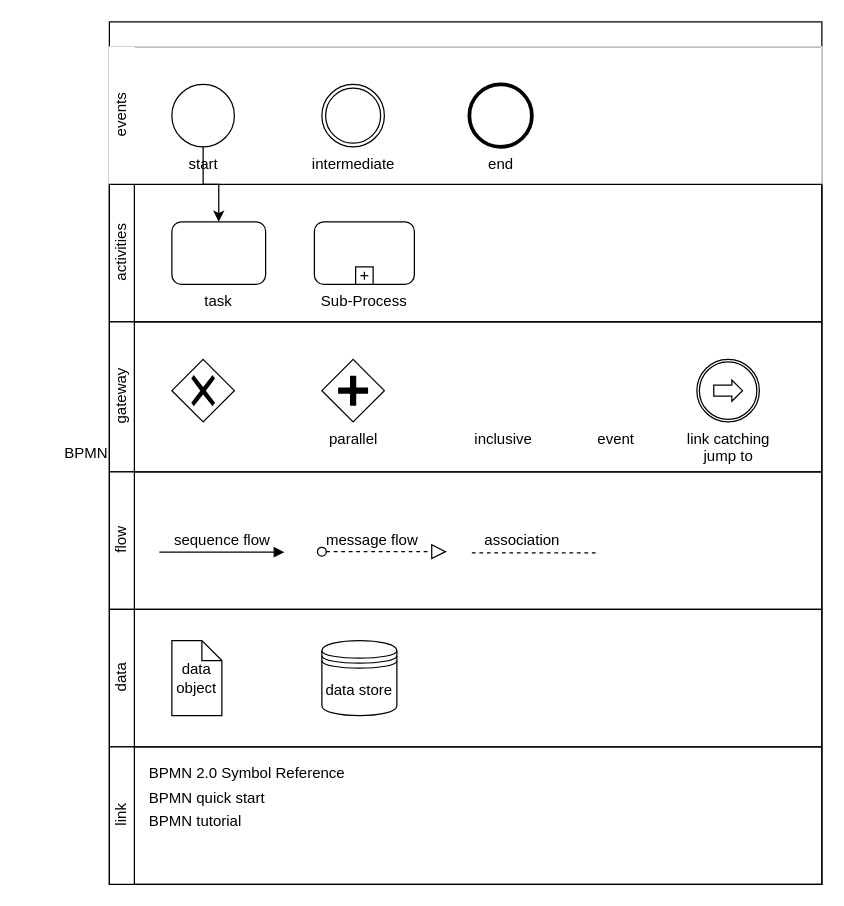
yangdj/tf_docs keeps this draw.io diagram as page "BPMN" (5 of 5) of editor/drawio/drawio.drawio. Above is the earlier version. Source tidied: cells renumbered, new cells numbered last; positions are measured from the earlier drawing's top-left corner, leaving out a move shared by most shapes. Both pictures are drawn from the tidied source at 125%, with x=0, y=0 at pixel (21, 21).
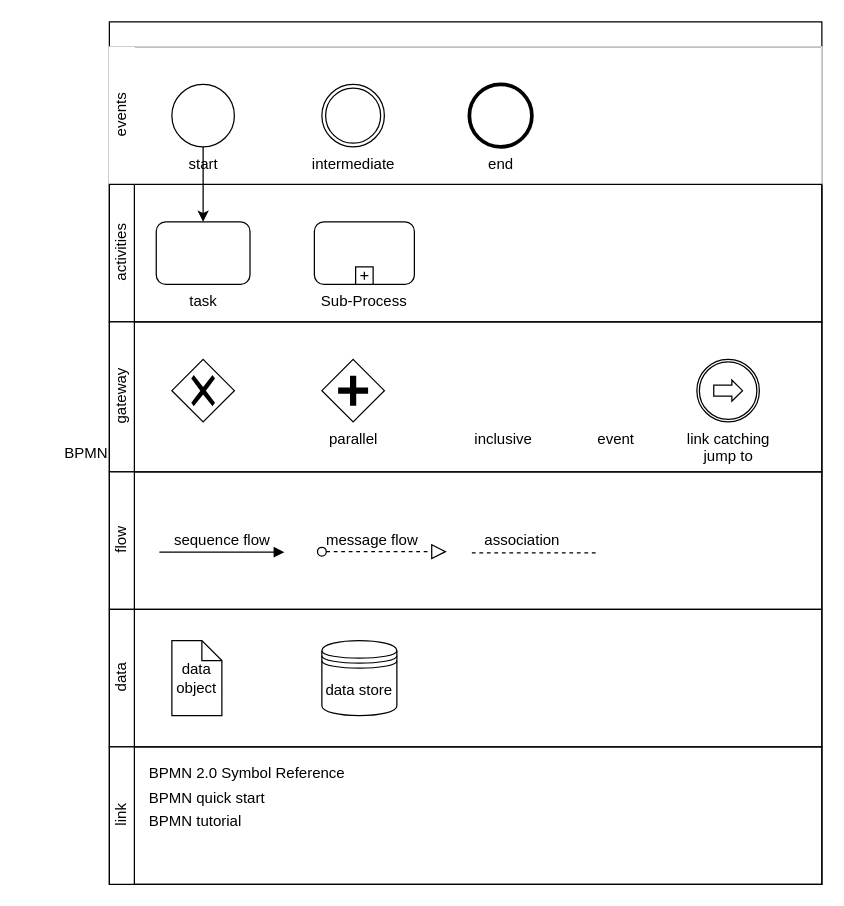
After the change.

The change refers to these unchanged cells:
```xml
<mxCell id="3" value="BPMN" style="swimlane;html=1;horizontal=1;startSize=20;rounded=0;strokeWidth=1;align=right;fontStyle=0;labelPosition=left;verticalLabelPosition=middle;verticalAlign=middle;fillColor=#ffffff;" parent="1" vertex="1">
  <mxGeometry x="70" width="570" height="690" as="geometry" />
</mxCell>
<mxCell id="5" value="start" style="shape=mxgraph.bpmn.shape;html=1;verticalLabelPosition=bottom;labelBackgroundColor=none;verticalAlign=top;align=center;perimeter=ellipsePerimeter;outlineConnect=0;outline=standard;symbol=general;labelPosition=center;spacingLeft=0;" parent="4" vertex="1">
  <mxGeometry x="50" y="30" width="50" height="50" as="geometry" />
</mxCell>
<mxCell id="8" value="activities" style="swimlane;html=1;startSize=20;horizontal=0;fontStyle=0;" parent="3" vertex="1">
  <mxGeometry y="130" width="570" height="110" as="geometry" />
</mxCell>
```

Diff of the diagram source:
```diff
@@
     <mxCell id="11" value="task" style="shape=ext;rounded=1;html=1;whiteSpace=wrap;align=center;labelPosition=center;verticalLabelPosition=bottom;verticalAlign=top;spacingLeft=0;" parent="8" vertex="1">
-      <mxGeometry x="50" y="30" width="75" height="50" as="geometry" />
+      <mxGeometry x="37.5" y="30" width="75" height="50" as="geometry" />
     </mxCell>
@@
-    <mxCell id="33" style="edgeStyle=orthogonalEdgeStyle;rounded=0;jettySize=auto;html=1;labelBackgroundColor=none;fontColor=#FFFFFF;" parent="3" edge="1" source="5" target="11">
+    <mxCell id="33" style="edgeStyle=orthogonalEdgeStyle;rounded=0;jettySize=auto;html=1;labelBackgroundColor=none;fontColor=#FFFFFF;exitX=0.5;exitY=1;exitDx=0;exitDy=0;" parent="3" edge="1" source="5" target="11">
       <mxGeometry relative="1" as="geometry" />
     </mxCell>
```
